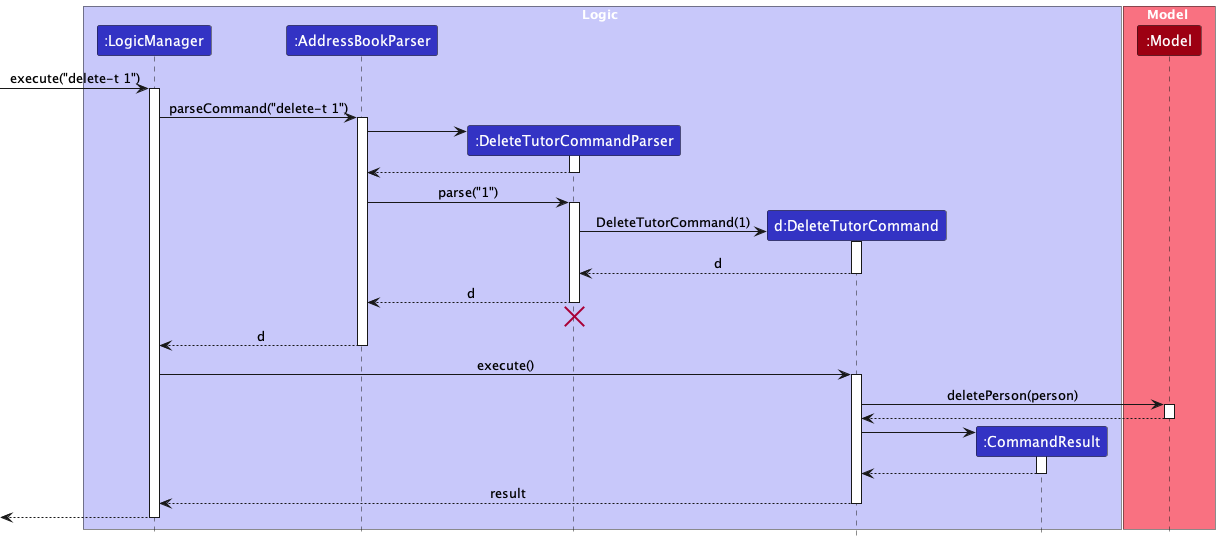
Earlier version of the PlantUML export docs/images/DeleteTutorSequenceDiagram.png (nus-cs2103-AY2324S1/tp).
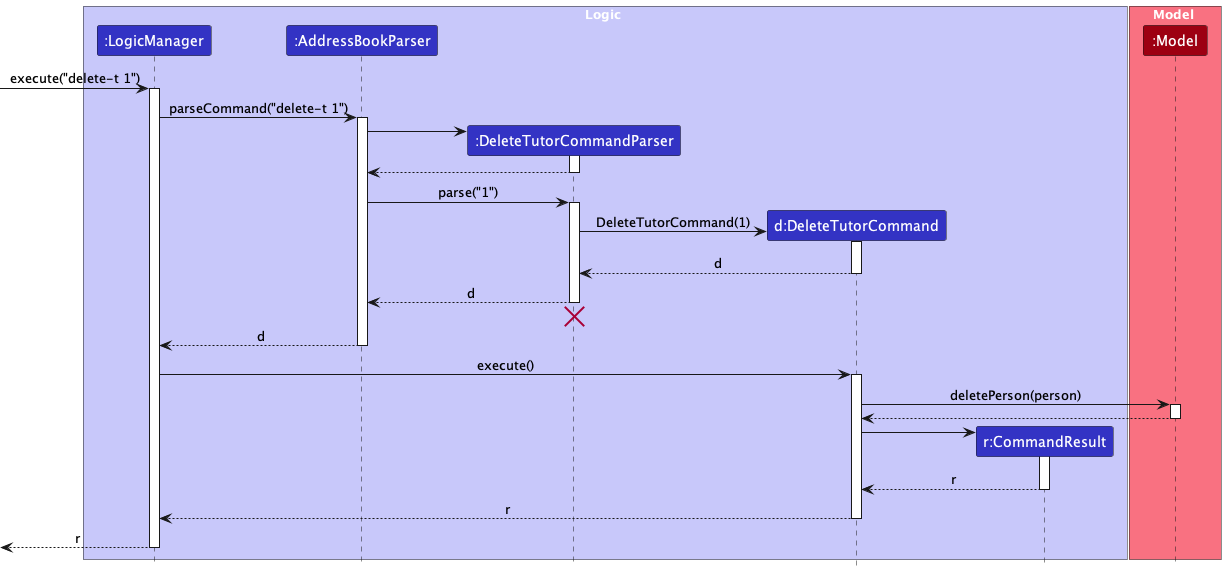
Later version of the same file.

Commit message:
Update sequence diagrams in DG

The edit, as a diff of the source:
```diff
@@ -7,7 +7,7 @@
 participant ":AddressBookParser" as AddressBookParser LOGIC_COLOR
 participant ":DeleteTutorCommandParser" as DeleteTutorCommandParser LOGIC_COLOR
 participant "d:DeleteTutorCommand" as DeleteTutorCommand LOGIC_COLOR
-participant ":CommandResult" as CommandResult LOGIC_COLOR
+participant "r:CommandResult" as CommandResult LOGIC_COLOR
 end box
 
 box Model MODEL_COLOR_T1
@@ -58,12 +58,12 @@
 DeleteTutorCommand -> CommandResult
 activate CommandResult
 
-CommandResult --> DeleteTutorCommand
+CommandResult --> DeleteTutorCommand : r
 deactivate CommandResult
 
-DeleteTutorCommand --> LogicManager : result
+DeleteTutorCommand --> LogicManager : r
 deactivate DeleteTutorCommand
 
-[<-- LogicManager
+[<-- LogicManager : r
 deactivate LogicManager
 @enduml
```
